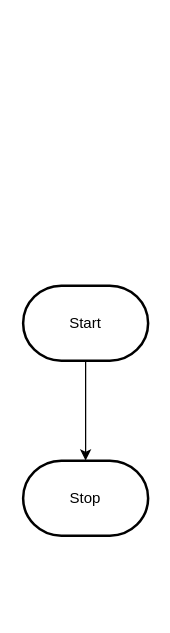
The draw.io diagram design/flowchart.drawio in MTHS-ICS2O-2-2022/ICS2O-Unit-3-03-Jaden-Plugowsky, before the edit. Source tidied: cells renumbered, new cells numbered last; positions are measured from the earlier drawing's top-left corner, leaving out a move shared by most shapes. Both pictures are drawn from the tidied source at 125%, with x=0, y=0 at pixel (22, 285).
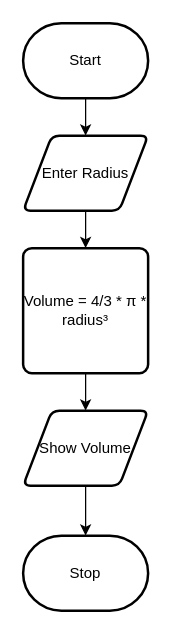
After the change.

Diff of the diagram source:
```diff
@@
 <mxGraphModel>
   <root>
     <mxCell id="0" />
     <mxCell id="1" parent="0" />
-    <mxCell id="2" style="edgeStyle=orthogonalEdgeStyle;html=1;rounded=0;" parent="1" edge="1" source="3" target="4">
-      <mxGeometry relative="1" as="geometry" />
-    </mxCell>
+    <mxCell id="5" style="edgeStyle=orthogonalEdgeStyle;html=1;entryX=0.5;entryY=0;entryDx=0;entryDy=0;rounded=0;" parent="1" edge="1" source="3" target="7">
+      <mxGeometry relative="1" as="geometry" />
+    </mxCell>
     <mxCell id="3" value="Start" style="strokeWidth=2;html=1;shape=mxgraph.flowchart.terminator;whiteSpace=wrap;" parent="1" vertex="1">
-      <mxGeometry width="100" height="60" as="geometry" />
+      <mxGeometry y="-210" width="100" height="60" as="geometry" />
     </mxCell>
     <mxCell id="4" value="Stop" style="strokeWidth=2;html=1;shape=mxgraph.flowchart.terminator;whiteSpace=wrap;" parent="1" vertex="1">
-      <mxGeometry y="140" width="100" height="60" as="geometry" />
+      <mxGeometry y="200" width="100" height="60" as="geometry" />
     </mxCell>
+    <mxCell id="6" style="edgeStyle=orthogonalEdgeStyle;shape=connector;rounded=0;html=1;entryX=0.5;entryY=0;entryDx=0;entryDy=0;labelBackgroundColor=default;strokeColor=default;fontFamily=Helvetica;fontSize=11;fontColor=default;endArrow=classic;" parent="1" edge="1" source="7" target="11">
+      <mxGeometry relative="1" as="geometry" />
+    </mxCell>
+    <mxCell id="7" value="Enter Radius" style="shape=parallelogram;html=1;strokeWidth=2;perimeter=parallelogramPerimeter;whiteSpace=wrap;rounded=1;arcSize=12;size=0.23;" parent="1" vertex="1">
+      <mxGeometry y="-120" width="100" height="60" as="geometry" />
+    </mxCell>
+    <mxCell id="8" style="edgeStyle=orthogonalEdgeStyle;shape=connector;rounded=0;html=1;labelBackgroundColor=default;strokeColor=default;fontFamily=Helvetica;fontSize=11;fontColor=default;endArrow=classic;" parent="1" edge="1" source="9" target="4">
+      <mxGeometry relative="1" as="geometry" />
+    </mxCell>
+    <mxCell id="9" value="Show Volume" style="shape=parallelogram;html=1;strokeWidth=2;perimeter=parallelogramPerimeter;whiteSpace=wrap;rounded=1;arcSize=12;size=0.23;" parent="1" vertex="1">
+      <mxGeometry y="100" width="100" height="60" as="geometry" />
+    </mxCell>
+    <mxCell id="10" style="edgeStyle=orthogonalEdgeStyle;shape=connector;rounded=0;html=1;entryX=0.5;entryY=0;entryDx=0;entryDy=0;labelBackgroundColor=default;strokeColor=default;fontFamily=Helvetica;fontSize=11;fontColor=default;endArrow=classic;" parent="1" edge="1" source="11" target="9">
+      <mxGeometry relative="1" as="geometry" />
+    </mxCell>
+    <mxCell id="11" value="Volume = 4/3 *&amp;nbsp;π * radius³" style="rounded=1;whiteSpace=wrap;html=1;absoluteArcSize=1;arcSize=14;strokeWidth=2;" parent="1" vertex="1">
+      <mxGeometry y="-30" width="100" height="100" as="geometry" />
+    </mxCell>
   </root>
 </mxGraphModel>
```
